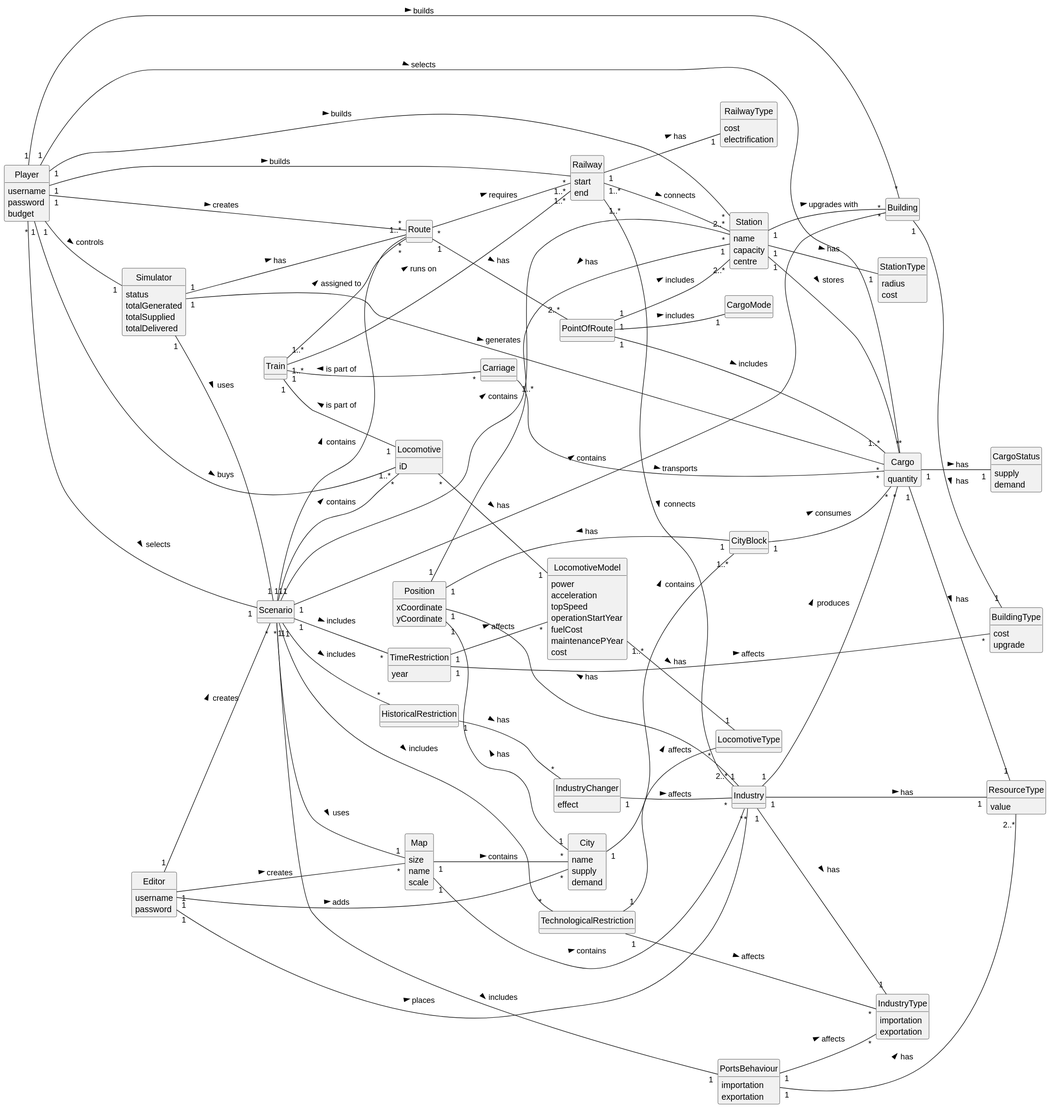
Before: Sprint3/global-artifacts/02.analysis/svg/DM.svg, a diagram exported from PlantUML (1240935/pi2-railway-simulator).
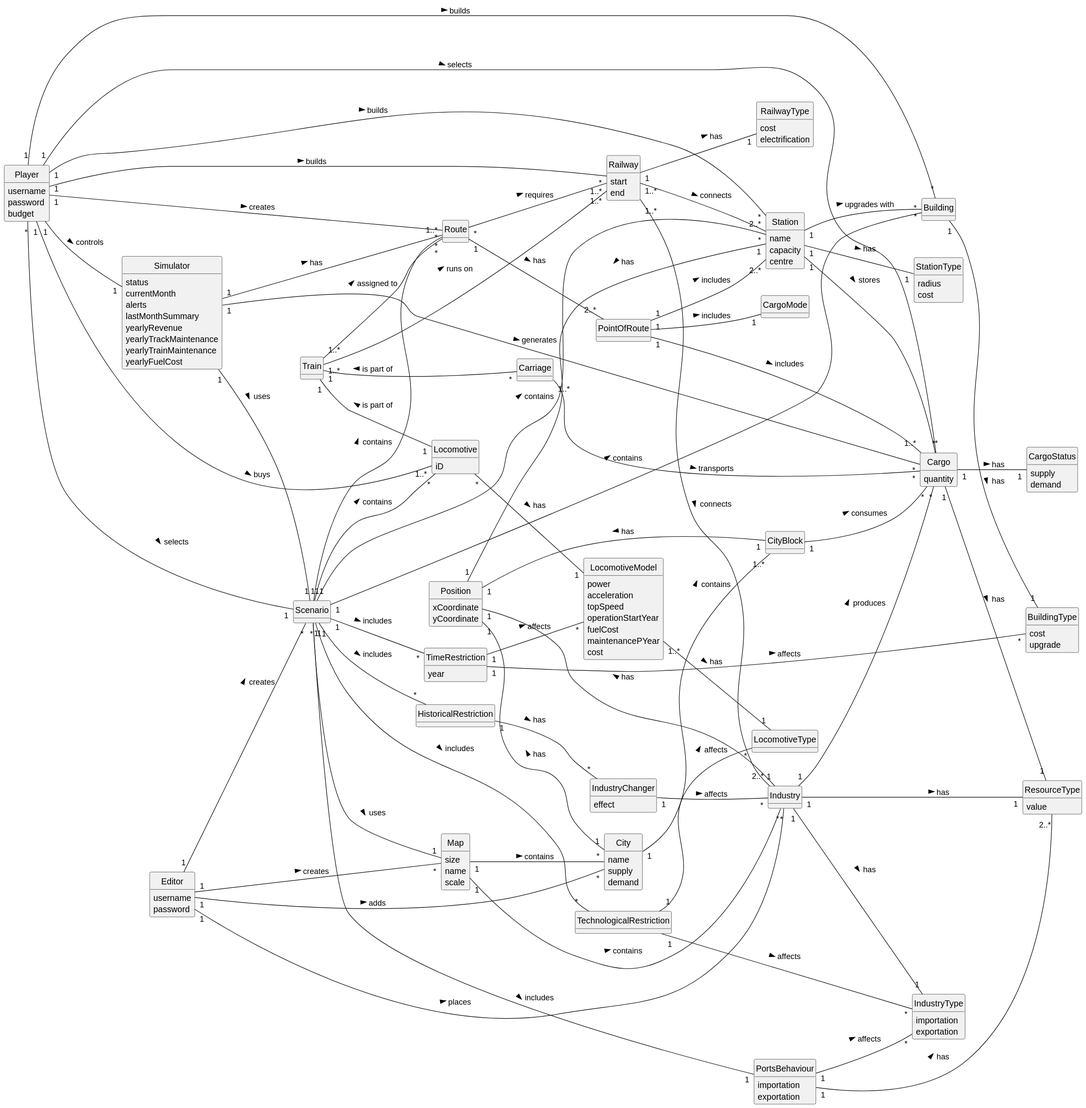
After the commit.

What changed in the source:
```diff
@@ -109,9 +109,13 @@
 
 class Simulator{
     status
-    totalGenerated
-    totalSupplied
-    totalDelivered
+    currentMonth
+    alerts
+    lastMonthSummary
+    yearlyRevenue
+    yearlyTrackMaintenance
+    yearlyTrainMaintenance
+    yearlyFuelCost
 }
 
 class Train {
```
